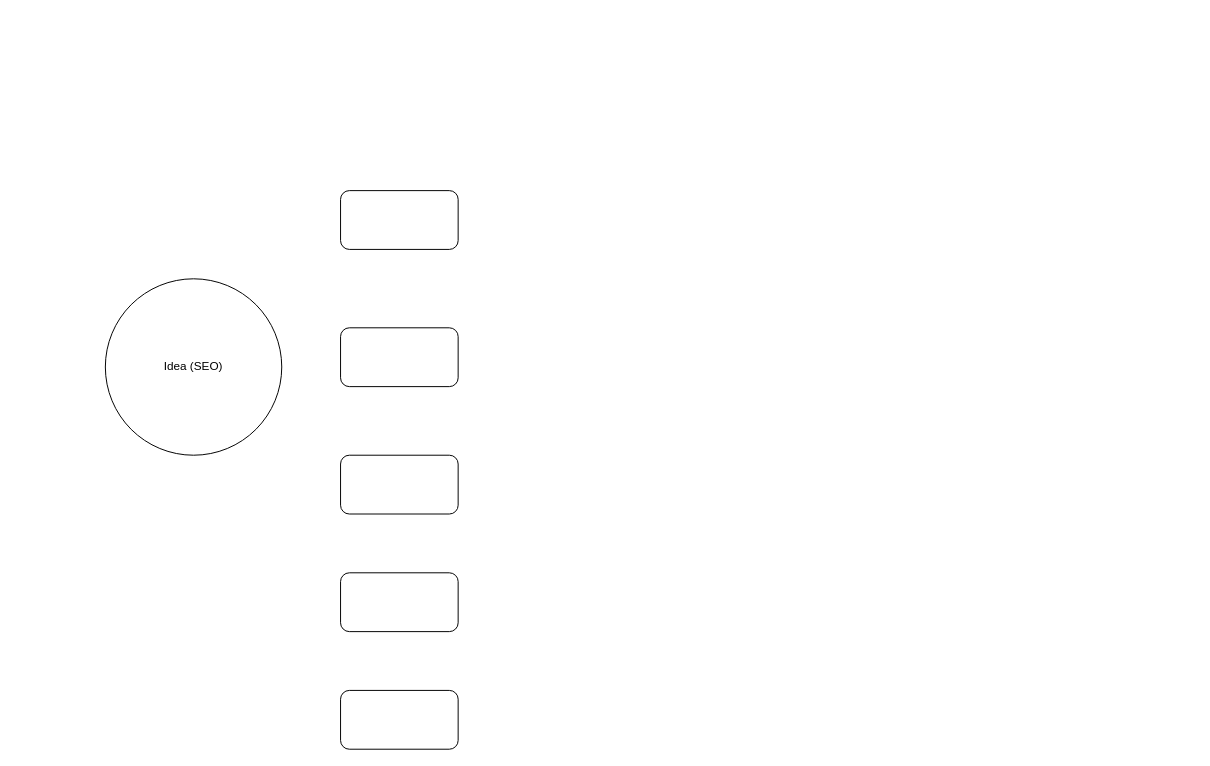
Above: Sky network BP Diagram.drawio in annastazi09/blog (draw.io), before the change. Source tidied: cells renumbered, new cells numbered last; positions are measured from the earlier drawing's top-left corner, leaving out a move shared by most shapes. Both pictures are drawn from the tidied source at 98%, with x=0, y=0 at pixel (105, 190).
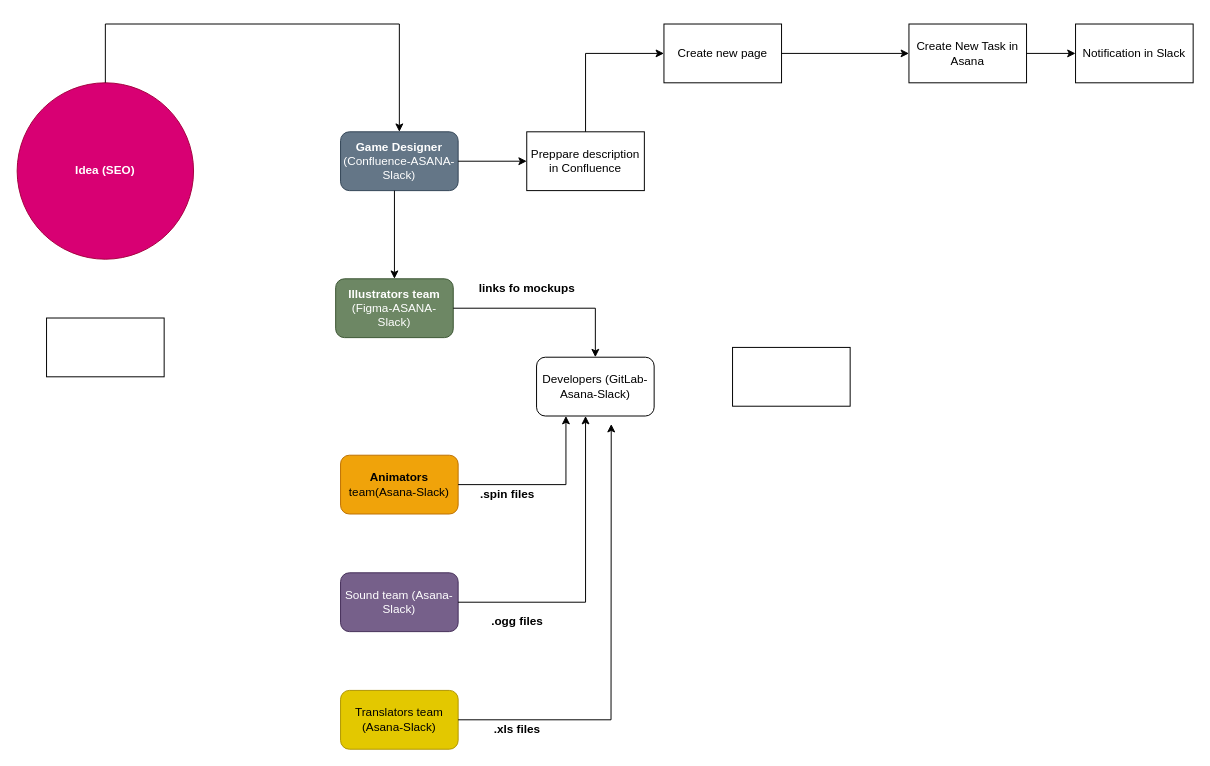
Above is the later version.

Diff of the diagram source:
```diff
@@
-    <mxCell id="2" value="Idea (SEO)" style="ellipse;whiteSpace=wrap;html=1;" parent="1" vertex="1">
-      <mxGeometry y="90" width="180" height="180" as="geometry" />
+    <mxCell id="2" value="&lt;b&gt;Idea (SEO)&lt;/b&gt;" style="ellipse;whiteSpace=wrap;html=1;fillColor=#d80073;fontColor=#ffffff;strokeColor=#A50040;" parent="1" vertex="1">
+      <mxGeometry x="-90" y="-110" width="180" height="180" as="geometry" />
     </mxCell>
-    <mxCell id="3" style="rounded=1;whiteSpace=wrap;html=1;" parent="1" vertex="1">
-      <mxGeometry x="240" width="120" height="60" as="geometry" />
+    <mxCell id="3" value="&lt;b&gt;Game Designer&lt;/b&gt; (Confluence-ASANA-Slack)" style="rounded=1;whiteSpace=wrap;html=1;fillColor=#647687;strokeColor=#314354;fontColor=#ffffff;" parent="1" vertex="1">
+      <mxGeometry x="240" y="-60" width="120" height="60" as="geometry" />
     </mxCell>
-    <mxCell id="4" style="rounded=1;whiteSpace=wrap;html=1;" parent="1" vertex="1">
-      <mxGeometry x="240" y="140" width="120" height="60" as="geometry" />
+    <mxCell id="4" value="&lt;b&gt;Illustrators team&lt;/b&gt; (Figma-ASANA-Slack)" style="rounded=1;whiteSpace=wrap;html=1;fillColor=#6d8764;fontColor=#ffffff;strokeColor=#3A5431;" parent="1" vertex="1">
+      <mxGeometry x="235" y="90" width="120" height="60" as="geometry" />
     </mxCell>
-    <mxCell id="5" style="rounded=1;whiteSpace=wrap;html=1;" parent="1" vertex="1">
+    <mxCell id="5" value="&lt;b&gt;Animators&lt;/b&gt; team(Asana-Slack)" style="rounded=1;whiteSpace=wrap;html=1;fillColor=#f0a30a;fontColor=#000000;strokeColor=#BD7000;" parent="1" vertex="1">
       <mxGeometry x="240" y="270" width="120" height="60" as="geometry" />
     </mxCell>
-    <mxCell id="6" style="rounded=1;whiteSpace=wrap;html=1;" parent="1" vertex="1">
+    <mxCell id="6" value="Sound team (Asana-Slack)" style="rounded=1;whiteSpace=wrap;html=1;fillColor=#76608a;fontColor=#ffffff;strokeColor=#432D57;" parent="1" vertex="1">
       <mxGeometry x="240" y="390" width="120" height="60" as="geometry" />
     </mxCell>
-    <mxCell id="7" style="rounded=1;whiteSpace=wrap;html=1;" parent="1" vertex="1">
+    <mxCell id="7" value="Translators team (Asana-Slack)" style="rounded=1;whiteSpace=wrap;html=1;fillColor=#e3c800;fontColor=#000000;strokeColor=#B09500;" parent="1" vertex="1">
       <mxGeometry x="240" y="510" width="120" height="60" as="geometry" />
     </mxCell>
+    <mxCell id="8" value="Developers (GitLab-Asana-Slack)" style="rounded=1;whiteSpace=wrap;html=1;" parent="1" vertex="1">
+      <mxGeometry x="440" y="170" width="120" height="60" as="geometry" />
+    </mxCell>
+    <mxCell id="9" style="endArrow=classic;html=1;rounded=0;exitX=0.5;exitY=0;exitDx=0;exitDy=0;entryX=0.5;entryY=0;entryDx=0;entryDy=0;" parent="1" edge="1" source="2" target="3">
+      <mxGeometry relative="1" as="geometry">
+        <Array as="points">
+          <mxPoint y="-170" />
+          <mxPoint x="300" y="-170" />
+        </Array>
+      </mxGeometry>
+    </mxCell>
+    <mxCell id="10" style="endArrow=classic;html=1;rounded=0;entryX=0.5;entryY=0;entryDx=0;entryDy=0;" parent="1" edge="1" target="4">
+      <mxGeometry relative="1" as="geometry">
+        <mxPoint x="295" as="sourcePoint" />
+      </mxGeometry>
+    </mxCell>
+    <mxCell id="11" style="endArrow=classic;html=1;rounded=0;exitX=1;exitY=0.5;exitDx=0;exitDy=0;entryX=0.25;entryY=1;entryDx=0;entryDy=0;" parent="1" edge="1" source="5" target="8">
+      <mxGeometry relative="1" as="geometry">
+        <Array as="points">
+          <mxPoint x="470" y="300" />
+        </Array>
+      </mxGeometry>
+    </mxCell>
+    <mxCell id="12" style="endArrow=classic;html=1;rounded=0;exitX=1;exitY=0.5;exitDx=0;exitDy=0;" parent="1" edge="1" source="6">
+      <mxGeometry relative="1" as="geometry">
+        <mxPoint x="490" y="230" as="targetPoint" />
+        <Array as="points">
+          <mxPoint x="490" y="420" />
+        </Array>
+      </mxGeometry>
+    </mxCell>
+    <mxCell id="13" style="endArrow=classic;html=1;rounded=0;entryX=0.635;entryY=1.137;entryDx=0;entryDy=0;entryPerimeter=0;exitX=1;exitY=0.5;exitDx=0;exitDy=0;" parent="1" edge="1" source="7" target="8">
+      <mxGeometry relative="1" as="geometry">
+        <Array as="points">
+          <mxPoint x="516" y="540" />
+        </Array>
+      </mxGeometry>
+    </mxCell>
+    <mxCell id="14" style="endArrow=classic;html=1;rounded=0;exitX=1;exitY=0.5;exitDx=0;exitDy=0;entryX=0.5;entryY=0;entryDx=0;entryDy=0;" parent="1" edge="1" source="4" target="8">
+      <mxGeometry relative="1" as="geometry">
+        <Array as="points">
+          <mxPoint x="500" y="120" />
+        </Array>
+      </mxGeometry>
+    </mxCell>
+    <mxCell id="15" style="rounded=0;whiteSpace=wrap;html=1;" parent="1" vertex="1">
+      <mxGeometry x="640" y="160" width="120" height="60" as="geometry" />
+    </mxCell>
+    <mxCell id="16" value="&lt;b&gt;.spin files&lt;/b&gt;" style="text;html=1;align=center;verticalAlign=middle;strokeColor=none;fillColor=none;" parent="1" vertex="1">
+      <mxGeometry x="375" y="300" width="70" height="20" as="geometry" />
+    </mxCell>
+    <mxCell id="17" value="&lt;b&gt;.ogg files&lt;/b&gt;" style="text;html=1;align=center;verticalAlign=middle;strokeColor=none;fillColor=none;" parent="1" vertex="1">
+      <mxGeometry x="385" y="430" width="70" height="20" as="geometry" />
+    </mxCell>
+    <mxCell id="18" value="&lt;b&gt;.xls files&lt;/b&gt;" style="text;html=1;align=center;verticalAlign=middle;strokeColor=none;fillColor=none;" parent="1" vertex="1">
+      <mxGeometry x="390" y="540" width="60" height="20" as="geometry" />
+    </mxCell>
+    <mxCell id="19" value="&lt;b&gt;links fo mockups&lt;/b&gt;" style="text;html=1;align=center;verticalAlign=middle;strokeColor=none;fillColor=none;" parent="1" vertex="1">
+      <mxGeometry x="375" y="90" width="110" height="20" as="geometry" />
+    </mxCell>
+    <mxCell id="20" value="Preppare description in Confluence" style="rounded=0;whiteSpace=wrap;html=1;" parent="1" vertex="1">
+      <mxGeometry x="430" y="-60" width="120" height="60" as="geometry" />
+    </mxCell>
+    <mxCell id="21" style="endArrow=classic;html=1;rounded=0;exitX=1;exitY=0.5;exitDx=0;exitDy=0;entryX=0;entryY=0.5;entryDx=0;entryDy=0;" parent="1" edge="1" source="3" target="20">
+      <mxGeometry relative="1" as="geometry" />
+    </mxCell>
+    <mxCell id="22" value="Create new page" style="rounded=0;whiteSpace=wrap;html=1;" parent="1" vertex="1">
+      <mxGeometry x="570" y="-170" width="120" height="60" as="geometry" />
+    </mxCell>
+    <mxCell id="23" value="Create New Task in Asana" style="rounded=0;whiteSpace=wrap;html=1;" parent="1" vertex="1">
+      <mxGeometry x="820" y="-170" width="120" height="60" as="geometry" />
+    </mxCell>
+    <mxCell id="24" style="endArrow=classic;html=1;rounded=0;exitX=1;exitY=0.5;exitDx=0;exitDy=0;entryX=0;entryY=0.5;entryDx=0;entryDy=0;" parent="1" edge="1" source="22" target="23">
+      <mxGeometry relative="1" as="geometry" />
+    </mxCell>
+    <mxCell id="25" style="endArrow=classic;html=1;rounded=0;exitX=0.5;exitY=0;exitDx=0;exitDy=0;entryX=0;entryY=0.5;entryDx=0;entryDy=0;" parent="1" edge="1" source="20" target="22">
+      <mxGeometry relative="1" as="geometry">
+        <Array as="points">
+          <mxPoint x="490" y="-140" />
+        </Array>
+      </mxGeometry>
+    </mxCell>
+    <mxCell id="26" style="rounded=0;whiteSpace=wrap;html=1;" parent="1" vertex="1">
+      <mxGeometry x="-60" y="130" width="120" height="60" as="geometry" />
+    </mxCell>
+    <mxCell id="27" value="Notification in Slack" style="rounded=0;whiteSpace=wrap;html=1;" parent="1" vertex="1">
+      <mxGeometry x="990" y="-170" width="120" height="60" as="geometry" />
+    </mxCell>
+    <mxCell id="28" style="endArrow=classic;html=1;rounded=0;entryX=0;entryY=0.5;entryDx=0;entryDy=0;exitX=1;exitY=0.5;exitDx=0;exitDy=0;" parent="1" edge="1" source="23" target="27">
+      <mxGeometry relative="1" as="geometry" />
+    </mxCell>
```
